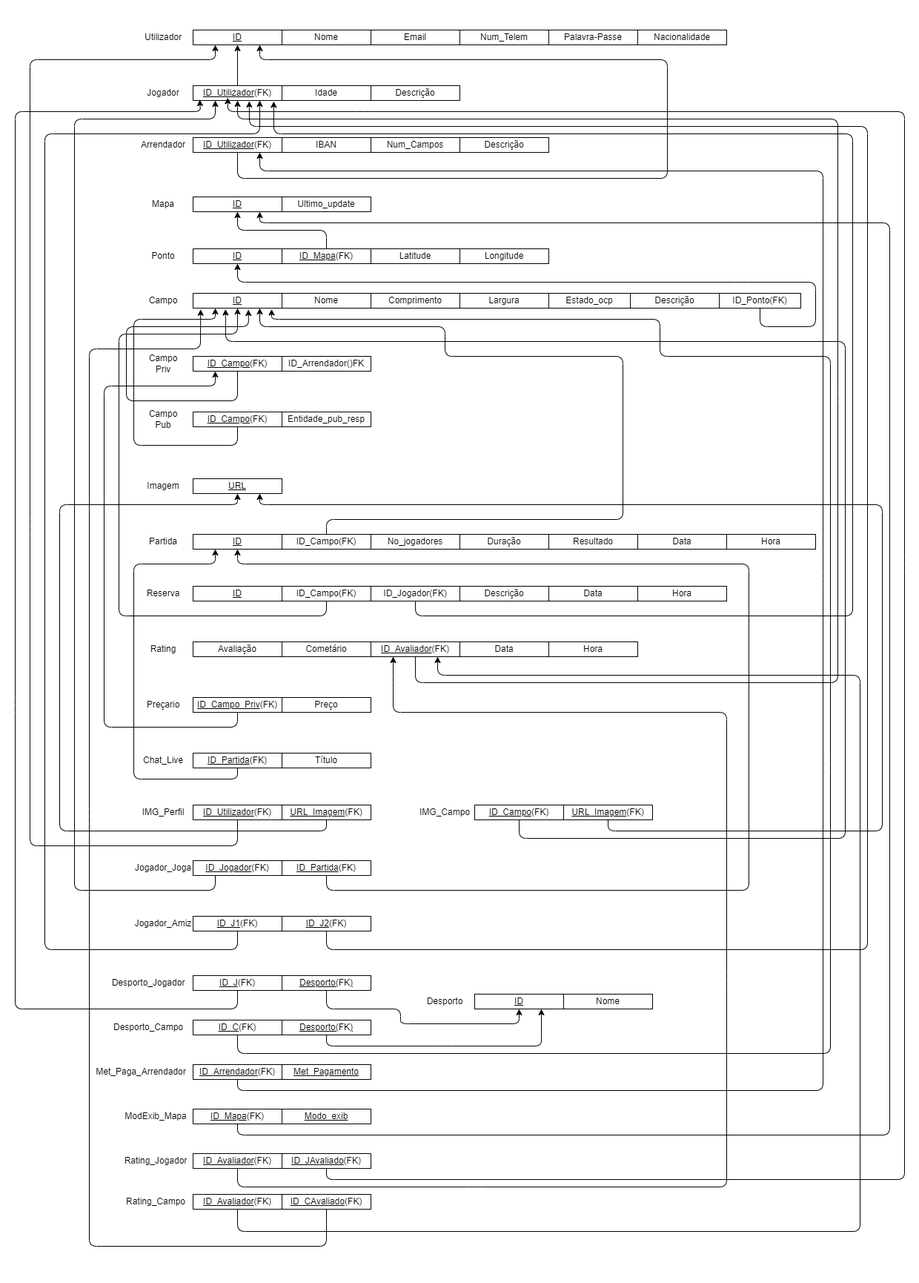
This is ER_SL.png from Paul-Y5/Projeto_SPORTSLINK-BD, a draw.io export, as it was before one commit. Source tidied: cells renumbered, new cells last; positions are measured from the earlier drawing's top-left corner, leaving out a move shared by most shapes.
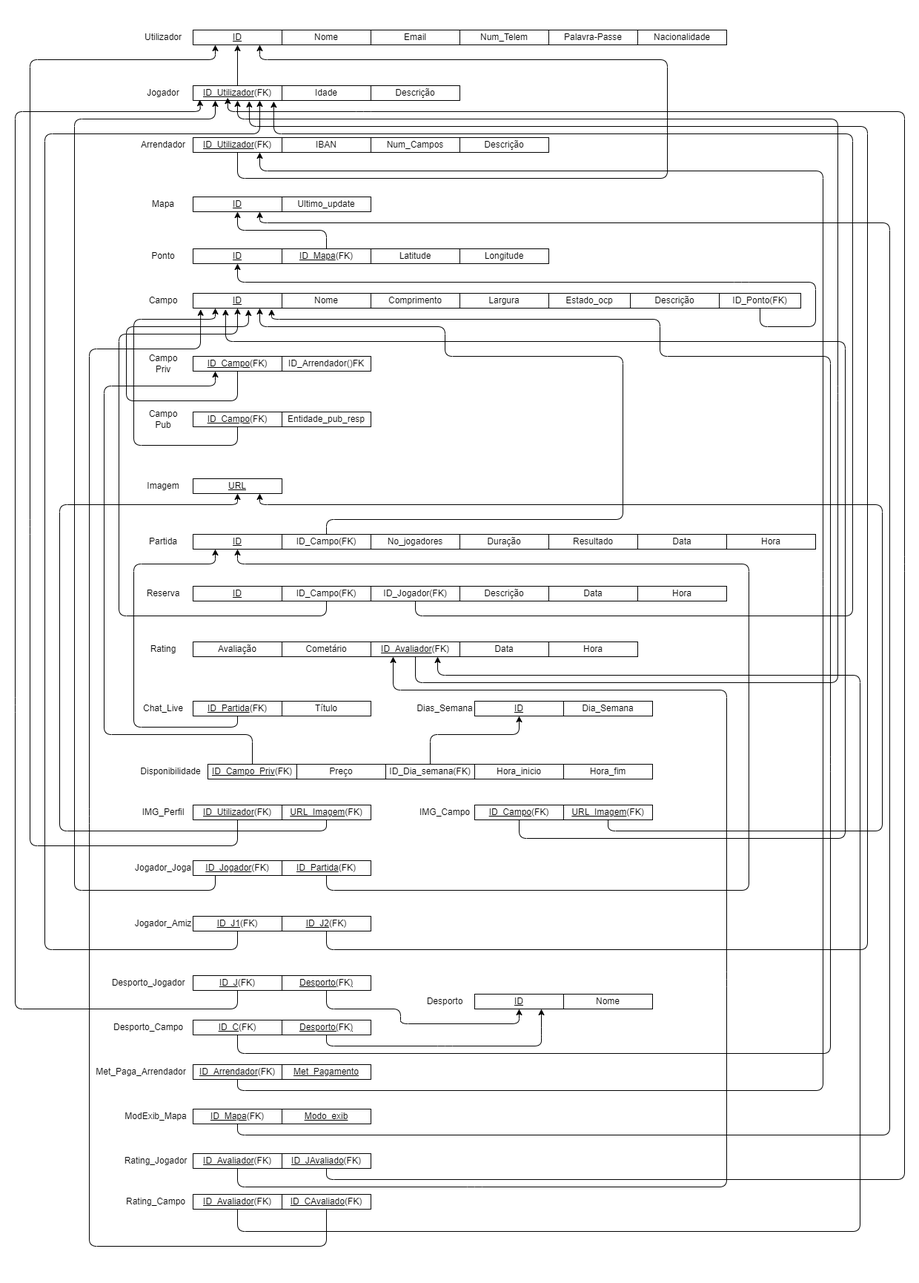
Above is the later version.

What changed in the source:
```diff
@@ -198,40 +198,40 @@
     <mxCell id="54" style="edgeStyle=none;html=1;exitX=0.5;exitY=1;exitDx=0;exitDy=0;entryX=0.25;entryY=1;entryDx=0;entryDy=0;" parent="1" edge="1" source="55" target="25">
       <mxGeometry relative="1" as="geometry">
         <Array as="points">
-          <mxPoint x="320" y="980" />
-          <mxPoint x="140" y="980" />
+          <mxPoint x="340" y="990" />
+          <mxPoint x="140" y="990" />
           <mxPoint x="140" y="520" />
           <mxPoint x="290" y="520" />
         </Array>
       </mxGeometry>
     </mxCell>
     <mxCell id="55" value="&lt;u&gt;ID_Campo_Priv&lt;/u&gt;(FK)" style="rounded=0;whiteSpace=wrap;html=1;" parent="1" vertex="1">
-      <mxGeometry x="260" y="940" width="120" height="20" as="geometry" />
+      <mxGeometry x="280" y="1030" width="120" height="20" as="geometry" />
     </mxCell>
     <mxCell id="56" value="Preço" style="rounded=0;whiteSpace=wrap;html=1;" parent="1" vertex="1">
-      <mxGeometry x="380" y="940" width="120" height="20" as="geometry" />
+      <mxGeometry x="400" y="1030" width="120" height="20" as="geometry" />
     </mxCell>
-    <mxCell id="57" value="Preçario" style="text;html=1;align=center;verticalAlign=middle;whiteSpace=wrap;rounded=0;" parent="1" vertex="1">
-      <mxGeometry x="190" y="935" width="60" height="30" as="geometry" />
+    <mxCell id="57" value="Disponibilidade" style="text;html=1;align=center;verticalAlign=middle;whiteSpace=wrap;rounded=0;" parent="1" vertex="1">
+      <mxGeometry x="200" y="1025" width="60" height="30" as="geometry" />
     </mxCell>
     <mxCell id="58" style="edgeStyle=none;html=1;exitX=0.5;exitY=1;exitDx=0;exitDy=0;entryX=0.25;entryY=1;entryDx=0;entryDy=0;" parent="1" edge="1" source="59" target="34">
       <mxGeometry relative="1" as="geometry">
         <Array as="points">
-          <mxPoint x="320" y="1050" />
-          <mxPoint x="180" y="1050" />
+          <mxPoint x="320" y="980" />
+          <mxPoint x="180" y="980" />
           <mxPoint x="180" y="760" />
           <mxPoint x="290" y="760" />
         </Array>
       </mxGeometry>
     </mxCell>
     <mxCell id="59" value="&lt;u&gt;ID_Partida&lt;/u&gt;(FK)" style="rounded=0;whiteSpace=wrap;html=1;" parent="1" vertex="1">
-      <mxGeometry x="260" y="1015" width="120" height="20" as="geometry" />
+      <mxGeometry x="260" y="945" width="120" height="20" as="geometry" />
     </mxCell>
     <mxCell id="60" value="Título" style="rounded=0;whiteSpace=wrap;html=1;" parent="1" vertex="1">
-      <mxGeometry x="380" y="1015" width="120" height="20" as="geometry" />
+      <mxGeometry x="380" y="945" width="120" height="20" as="geometry" />
     </mxCell>
     <mxCell id="61" value="Chat_Live" style="text;html=1;align=center;verticalAlign=middle;whiteSpace=wrap;rounded=0;" parent="1" vertex="1">
-      <mxGeometry x="190" y="1010" width="60" height="30" as="geometry" />
+      <mxGeometry x="190" y="940" width="60" height="30" as="geometry" />
     </mxCell>
     <mxCell id="62" style="edgeStyle=none;html=1;exitX=0.5;exitY=1;exitDx=0;exitDy=0;entryX=0.25;entryY=1;entryDx=0;entryDy=0;" parent="1" edge="1" source="63" target="3">
       <mxGeometry relative="1" as="geometry">
@@ -483,9 +483,8 @@
           <mxPoint x="640" y="1600" />
           <mxPoint x="980" y="1600" />
           <mxPoint x="980" y="1320" />
-          <mxPoint x="980" y="960" />
-          <mxPoint x="530" y="960" />
-          <mxPoint x="530" y="920" />
+          <mxPoint x="980" y="930" />
+          <mxPoint x="530" y="930" />
         </Array>
       </mxGeometry>
     </mxCell>
@@ -624,5 +623,31 @@
     <mxCell id="136" value="Hora" style="rounded=0;whiteSpace=wrap;html=1;" parent="1" vertex="1">
       <mxGeometry x="740" y="865" width="120" height="20" as="geometry" />
     </mxCell>
+    <mxCell id="137" style="edgeStyle=none;html=1;exitX=0.5;exitY=0;exitDx=0;exitDy=0;entryX=0.5;entryY=1;entryDx=0;entryDy=0;" parent="1" edge="1" source="138" target="141">
+      <mxGeometry relative="1" as="geometry">
+        <Array as="points">
+          <mxPoint x="580" y="990" />
+          <mxPoint x="700" y="990" />
+        </Array>
+      </mxGeometry>
+    </mxCell>
+    <mxCell id="138" value="ID_Dia_semana(FK)" style="rounded=0;whiteSpace=wrap;html=1;" parent="1" vertex="1">
+      <mxGeometry x="520" y="1030" width="120" height="20" as="geometry" />
+    </mxCell>
+    <mxCell id="139" value="Hora_fim" style="rounded=0;whiteSpace=wrap;html=1;" parent="1" vertex="1">
+      <mxGeometry x="760" y="1030" width="120" height="20" as="geometry" />
+    </mxCell>
+    <mxCell id="140" value="Hora_inicio" style="rounded=0;whiteSpace=wrap;html=1;" parent="1" vertex="1">
+      <mxGeometry x="640" y="1030" width="120" height="20" as="geometry" />
+    </mxCell>
+    <mxCell id="141" value="&lt;u&gt;ID&lt;/u&gt;" style="rounded=0;whiteSpace=wrap;html=1;" parent="1" vertex="1">
+      <mxGeometry x="640" y="945" width="120" height="20" as="geometry" />
+    </mxCell>
+    <mxCell id="142" value="Dia_Semana" style="rounded=0;whiteSpace=wrap;html=1;" parent="1" vertex="1">
+      <mxGeometry x="760" y="945" width="120" height="20" as="geometry" />
+    </mxCell>
+    <mxCell id="143" value="Dias_Semana" style="text;html=1;align=center;verticalAlign=middle;whiteSpace=wrap;rounded=0;" parent="1" vertex="1">
+      <mxGeometry x="570" y="940" width="60" height="30" as="geometry" />
+    </mxCell>
   </root>
 </mxGraphModel>
```
